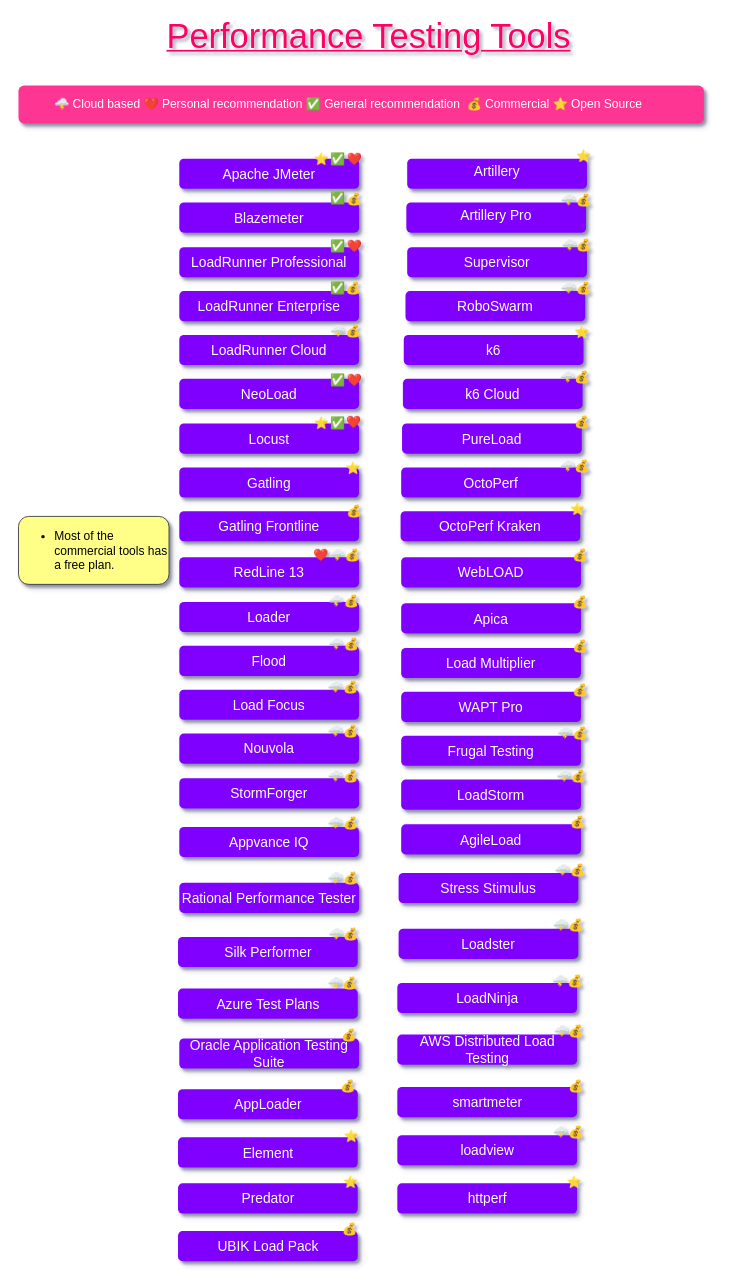
Before: PerformanceTestingTools.drawio in QAInsights/Performance-Testing-Tools, a draw.io diagram. Source tidied: cells renumbered, new cells numbered last; positions are measured from the earlier drawing's top-left corner, leaving out a move shared by most shapes. Both pictures are drawn from the tidied source at 86%, with x=0, y=0 at pixel (18, 27).
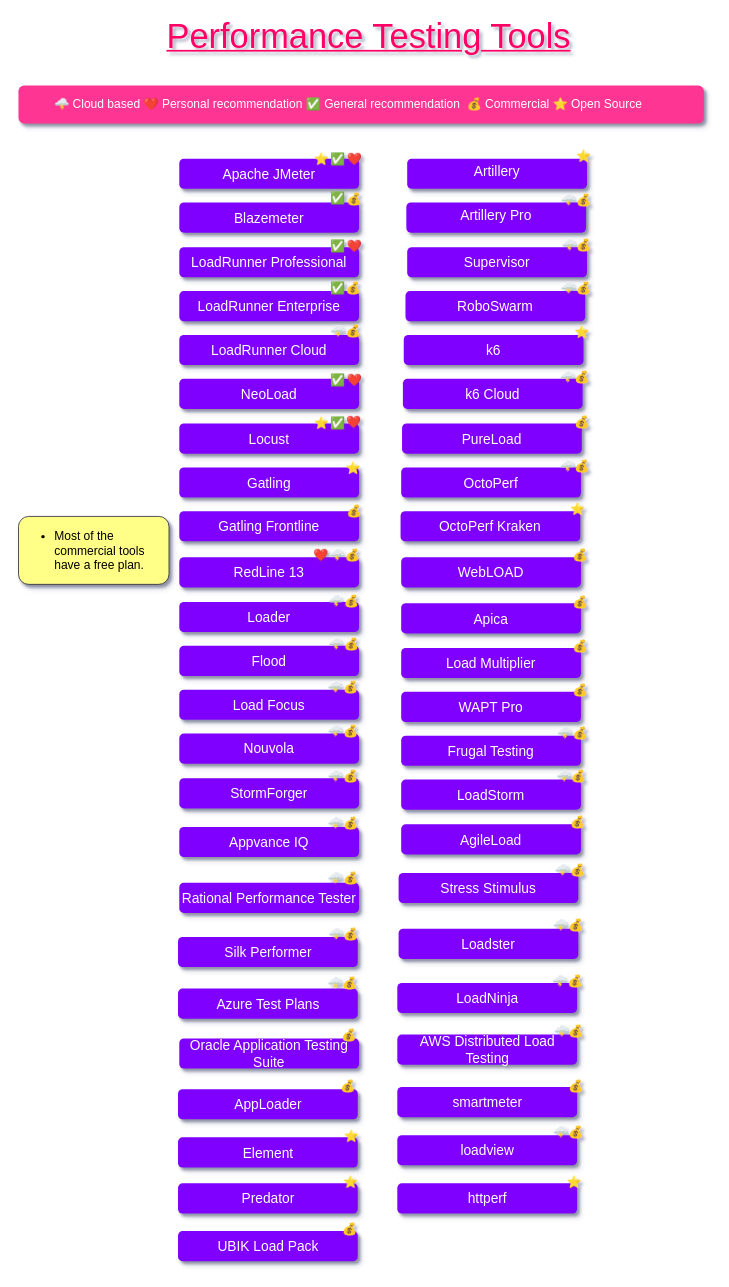
Above is the later version.

Diff of the diagram source:
```diff
@@
-    <mxCell id="51" value="&lt;div&gt;&lt;ul&gt;&lt;li&gt;Most of the commercial tools has a free plan.&lt;/li&gt;&lt;/ul&gt;&lt;/div&gt;" style="rounded=1;whiteSpace=wrap;html=1;shadow=1;glass=0;labelBackgroundColor=none;sketch=0;fontFamily=Ubuntu;fontSize=14;align=left;spacingRight=0;strokeColor=#36393d;spacingTop=0;spacing=2;fillColor=#ffff88;" parent="1" vertex="1">
+    <mxCell id="51" value="&lt;div&gt;&lt;ul&gt;&lt;li&gt;Most of the commercial tools have a free plan.&lt;/li&gt;&lt;/ul&gt;&lt;/div&gt;" style="rounded=1;whiteSpace=wrap;html=1;shadow=1;glass=0;labelBackgroundColor=none;sketch=0;fontFamily=Ubuntu;fontSize=14;align=left;spacingRight=0;strokeColor=#36393d;spacingTop=0;spacing=2;fillColor=#ffff88;" parent="1" vertex="1">
       <mxGeometry y="569" width="175" height="79" as="geometry" />
     </mxCell>
```
